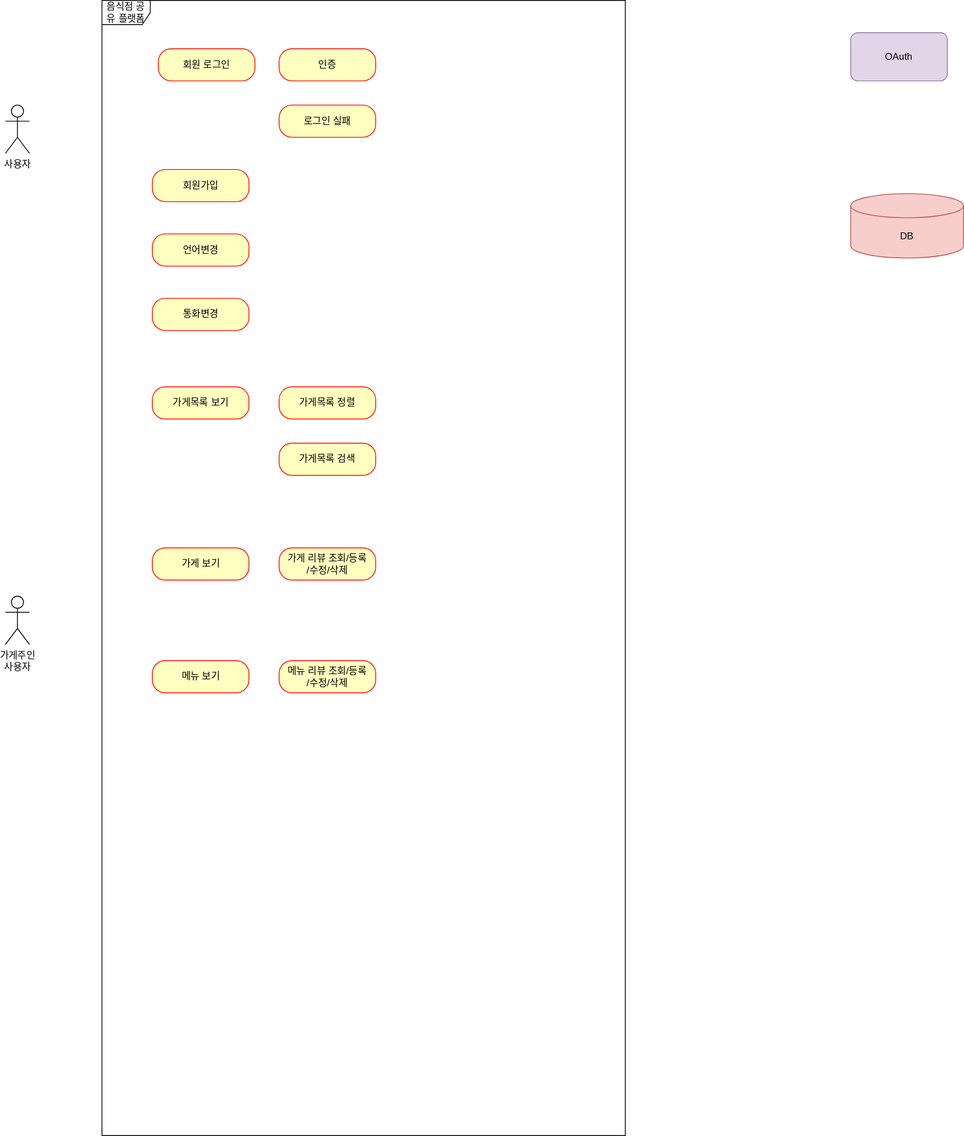
Above: document/usecase.svg in gunsight1/boot-up1-samsik (draw.io), before the change. Source tidied: cells renumbered, new cells last; positions are measured from the earlier drawing's top-left corner, leaving out a move shared by most shapes.
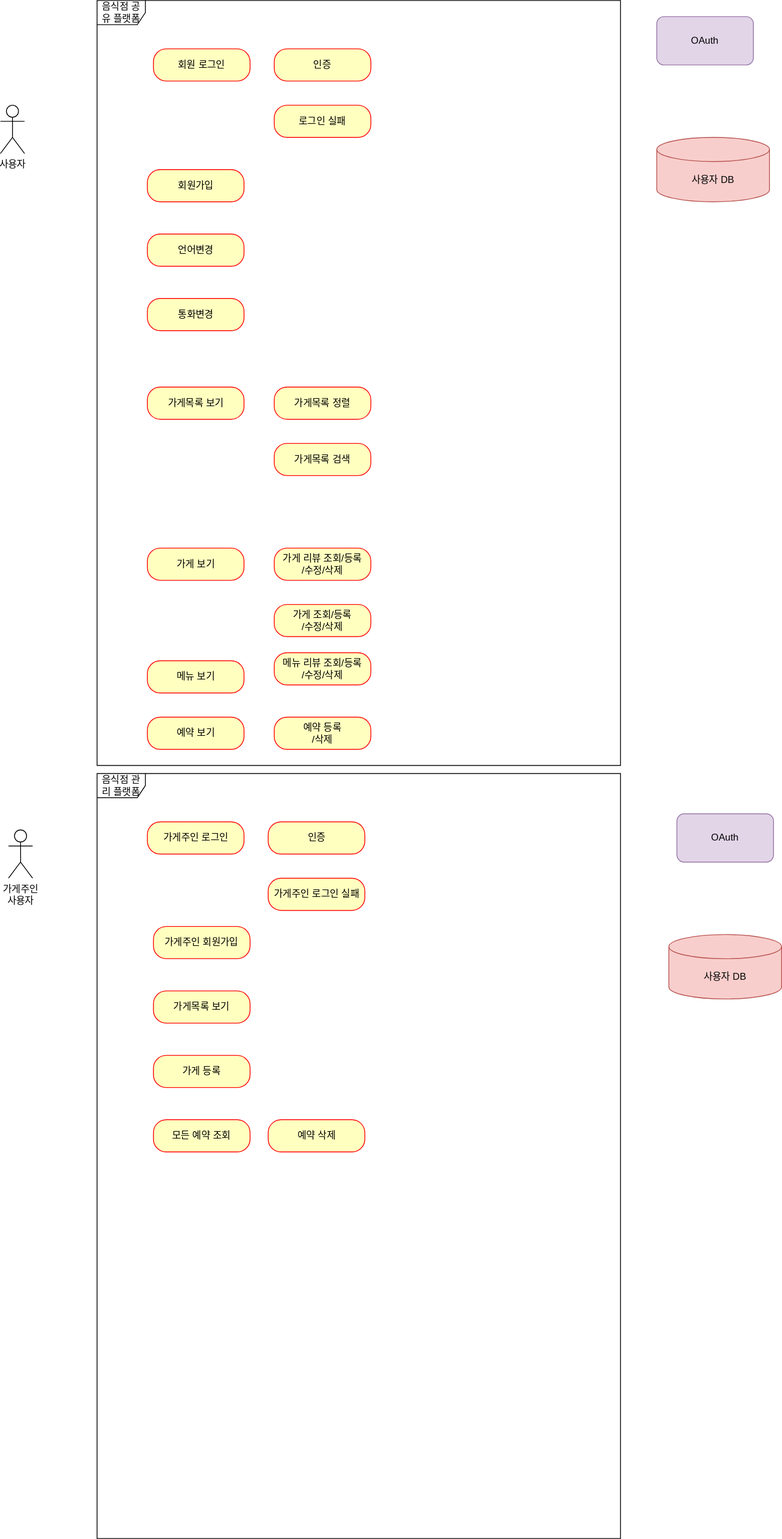
Later version of the same file.

The edit, as a diff of the source:
```diff
@@ -6,7 +6,7 @@
       <mxGeometry y="130" width="30" height="60" as="geometry" />
     </mxCell>
     <mxCell id="3" value="음식점 공유 플랫폼" style="shape=umlFrame;whiteSpace=wrap;html=1;" parent="1" vertex="1">
-      <mxGeometry x="120" width="650" height="1410" as="geometry" />
+      <mxGeometry x="120" width="650" height="950" as="geometry" />
     </mxCell>
     <mxCell id="4" value="회원가입" style="rounded=1;whiteSpace=wrap;html=1;arcSize=40;fontColor=#000000;fillColor=#ffffc0;strokeColor=#ff0000;" parent="1" vertex="1">
       <mxGeometry x="182.5" y="210" width="120" height="40" as="geometry" />
@@ -36,16 +36,16 @@
       <mxGeometry x="182.5" y="820" width="120" height="40" as="geometry" />
     </mxCell>
     <mxCell id="13" value="메뉴 리뷰 조회/등록&lt;br&gt;/수정/삭제" style="rounded=1;whiteSpace=wrap;html=1;arcSize=40;fontColor=#000000;fillColor=#ffffc0;strokeColor=#ff0000;" parent="1" vertex="1">
-      <mxGeometry x="340" y="820" width="120" height="40" as="geometry" />
+      <mxGeometry x="340" y="810" width="120" height="40" as="geometry" />
     </mxCell>
     <mxCell id="14" value="인증" style="rounded=1;whiteSpace=wrap;html=1;arcSize=40;fontColor=#000000;fillColor=#ffffc0;strokeColor=#ff0000;" parent="1" vertex="1">
       <mxGeometry x="340" y="60" width="120" height="40" as="geometry" />
     </mxCell>
-    <mxCell id="15" value="DB" style="shape=cylinder3;whiteSpace=wrap;html=1;boundedLbl=1;backgroundOutline=1;size=15;fillColor=#f8cecc;strokeColor=#b85450;" parent="1" vertex="1">
-      <mxGeometry x="1050" y="240" width="140" height="80" as="geometry" />
+    <mxCell id="15" value="사용자 DB" style="shape=cylinder3;whiteSpace=wrap;html=1;boundedLbl=1;backgroundOutline=1;size=15;fillColor=#f8cecc;strokeColor=#b85450;" parent="1" vertex="1">
+      <mxGeometry x="815" y="170" width="140" height="80" as="geometry" />
     </mxCell>
     <mxCell id="16" value="OAuth" style="rounded=1;whiteSpace=wrap;html=1;fillColor=#e1d5e7;strokeColor=#9673a6;" parent="1" vertex="1">
-      <mxGeometry x="1050" y="40" width="120" height="60" as="geometry" />
+      <mxGeometry x="815" y="20" width="120" height="60" as="geometry" />
     </mxCell>
     <mxCell id="17" value="언어변경" style="rounded=1;whiteSpace=wrap;html=1;arcSize=40;fontColor=#000000;fillColor=#ffffc0;strokeColor=#ff0000;" parent="1" vertex="1">
       <mxGeometry x="182.5" y="290" width="120" height="40" as="geometry" />
@@ -54,7 +54,49 @@
       <mxGeometry x="182.5" y="370" width="120" height="40" as="geometry" />
     </mxCell>
     <mxCell id="19" value="가게주인&lt;br&gt;사용자" style="shape=umlActor;verticalLabelPosition=bottom;verticalAlign=top;html=1;" parent="1" vertex="1">
-      <mxGeometry y="740" width="30" height="60" as="geometry" />
+      <mxGeometry x="10" y="1030" width="30" height="60" as="geometry" />
     </mxCell>
+    <mxCell id="20" value="가게주인 로그인" style="rounded=1;whiteSpace=wrap;html=1;arcSize=40;fontColor=#000000;fillColor=#ffffc0;strokeColor=#ff0000;" parent="1" vertex="1">
+      <mxGeometry x="182.5" y="1020" width="120" height="40" as="geometry" />
+    </mxCell>
+    <mxCell id="21" value="가게주인 로그인 실패" style="rounded=1;whiteSpace=wrap;html=1;arcSize=40;fontColor=#000000;fillColor=#ffffc0;strokeColor=#ff0000;" parent="1" vertex="1">
+      <mxGeometry x="332.5" y="1090" width="120" height="40" as="geometry" />
+    </mxCell>
+    <mxCell id="22" value="인증" style="rounded=1;whiteSpace=wrap;html=1;arcSize=40;fontColor=#000000;fillColor=#ffffc0;strokeColor=#ff0000;" parent="1" vertex="1">
+      <mxGeometry x="332.5" y="1020" width="120" height="40" as="geometry" />
+    </mxCell>
+    <mxCell id="23" value="가게주인 회원가입" style="rounded=1;whiteSpace=wrap;html=1;arcSize=40;fontColor=#000000;fillColor=#ffffc0;strokeColor=#ff0000;" parent="1" vertex="1">
+      <mxGeometry x="190" y="1150" width="120" height="40" as="geometry" />
+    </mxCell>
+    <mxCell id="24" value="가게 등록" style="rounded=1;whiteSpace=wrap;html=1;arcSize=40;fontColor=#000000;fillColor=#ffffc0;strokeColor=#ff0000;" parent="1" vertex="1">
+      <mxGeometry x="190" y="1310" width="120" height="40" as="geometry" />
+    </mxCell>
+    <mxCell id="25" value="가게 조회/등록&lt;br&gt;/수정/삭제" style="rounded=1;whiteSpace=wrap;html=1;arcSize=40;fontColor=#000000;fillColor=#ffffc0;strokeColor=#ff0000;" parent="1" vertex="1">
+      <mxGeometry x="340" y="750" width="120" height="40" as="geometry" />
+    </mxCell>
+    <mxCell id="26" value="예약 보기" style="rounded=1;whiteSpace=wrap;html=1;arcSize=40;fontColor=#000000;fillColor=#ffffc0;strokeColor=#ff0000;" parent="1" vertex="1">
+      <mxGeometry x="182.5" y="890" width="120" height="40" as="geometry" />
+    </mxCell>
+    <mxCell id="27" value="예약 등록&lt;br&gt;/삭제" style="rounded=1;whiteSpace=wrap;html=1;arcSize=40;fontColor=#000000;fillColor=#ffffc0;strokeColor=#ff0000;" parent="1" vertex="1">
+      <mxGeometry x="340" y="890" width="120" height="40" as="geometry" />
+    </mxCell>
+    <mxCell id="28" value="모든 예약 조회" style="rounded=1;whiteSpace=wrap;html=1;arcSize=40;fontColor=#000000;fillColor=#ffffc0;strokeColor=#ff0000;" parent="1" vertex="1">
+      <mxGeometry x="190" y="1390" width="120" height="40" as="geometry" />
+    </mxCell>
+    <mxCell id="29" value="가게목록 보기" style="rounded=1;whiteSpace=wrap;html=1;arcSize=40;fontColor=#000000;fillColor=#ffffc0;strokeColor=#ff0000;" parent="1" vertex="1">
+      <mxGeometry x="190" y="1230" width="120" height="40" as="geometry" />
+    </mxCell>
+    <mxCell id="30" value="음식점 관리 플랫폼" style="shape=umlFrame;whiteSpace=wrap;html=1;" parent="1" vertex="1">
+      <mxGeometry x="120" y="960" width="650" height="950" as="geometry" />
+    </mxCell>
+    <mxCell id="31" value="예약 삭제" style="rounded=1;whiteSpace=wrap;html=1;arcSize=40;fontColor=#000000;fillColor=#ffffc0;strokeColor=#ff0000;" parent="1" vertex="1">
+      <mxGeometry x="332.5" y="1390" width="120" height="40" as="geometry" />
+    </mxCell>
+    <mxCell id="32" value="사용자 DB" style="shape=cylinder3;whiteSpace=wrap;html=1;boundedLbl=1;backgroundOutline=1;size=15;fillColor=#f8cecc;strokeColor=#b85450;" parent="1" vertex="1">
+      <mxGeometry x="830" y="1160" width="140" height="80" as="geometry" />
+    </mxCell>
+    <mxCell id="33" value="OAuth" style="rounded=1;whiteSpace=wrap;html=1;fillColor=#e1d5e7;strokeColor=#9673a6;" parent="1" vertex="1">
+      <mxGeometry x="840" y="1010" width="120" height="60" as="geometry" />
+    </mxCell>
   </root>
 </mxGraphModel>
```
